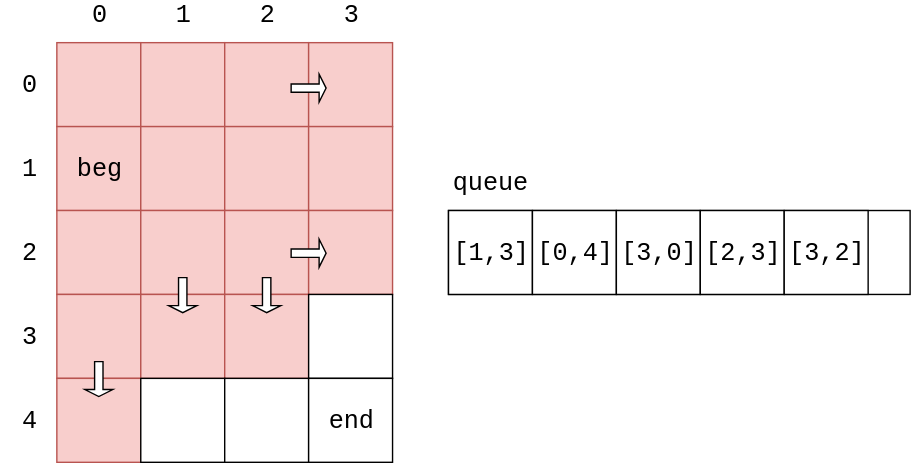
linrongbin16/way-to-algorithm keeps this draw.io diagram as docs/Search/res/BreadthFirstSearch12.svg. Above is the earlier version. Source tidied: cells renumbered, new cells last; positions are measured from the earlier drawing's top-left corner, leaving out a move shared by most shapes.
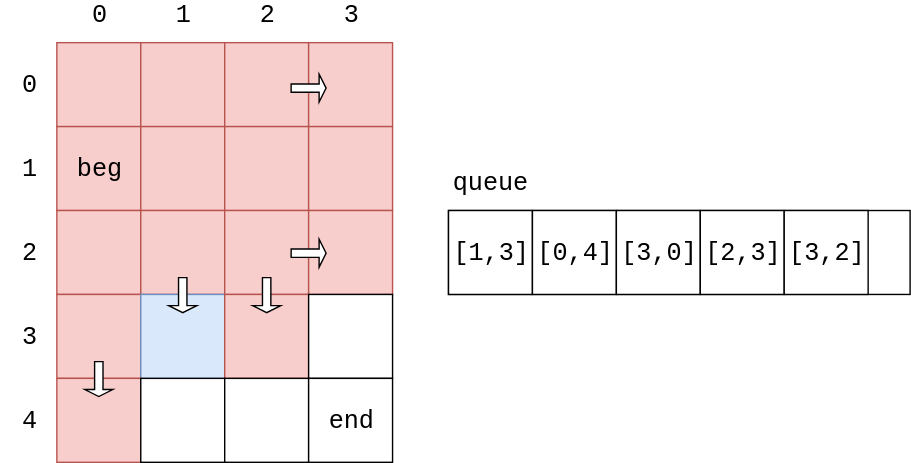
Later version of the same file.

What changed in the source:
```diff
@@ -68,7 +68,7 @@
     <mxCell id="23" style="rounded=0;whiteSpace=wrap;html=1;fontFamily=Courier New;fontSize=18;fillColor=#f8cecc;strokeColor=#b85450;" parent="1" vertex="1">
       <mxGeometry x="40" y="210" width="60" height="60" as="geometry" />
     </mxCell>
-    <mxCell id="24" style="rounded=0;whiteSpace=wrap;html=1;fontFamily=Courier New;fontSize=18;fillColor=#f8cecc;strokeColor=#b85450;" parent="1" vertex="1">
+    <mxCell id="24" style="rounded=0;whiteSpace=wrap;html=1;fontFamily=Courier New;fontSize=18;fillColor=#dae8fc;strokeColor=#6c8ebf;" parent="1" vertex="1">
       <mxGeometry x="100" y="210" width="60" height="60" as="geometry" />
     </mxCell>
     <mxCell id="25" style="rounded=0;whiteSpace=wrap;html=1;fontFamily=Courier New;fontSize=18;fillColor=#f8cecc;strokeColor=#b85450;shadow=0;" parent="1" vertex="1">
```
